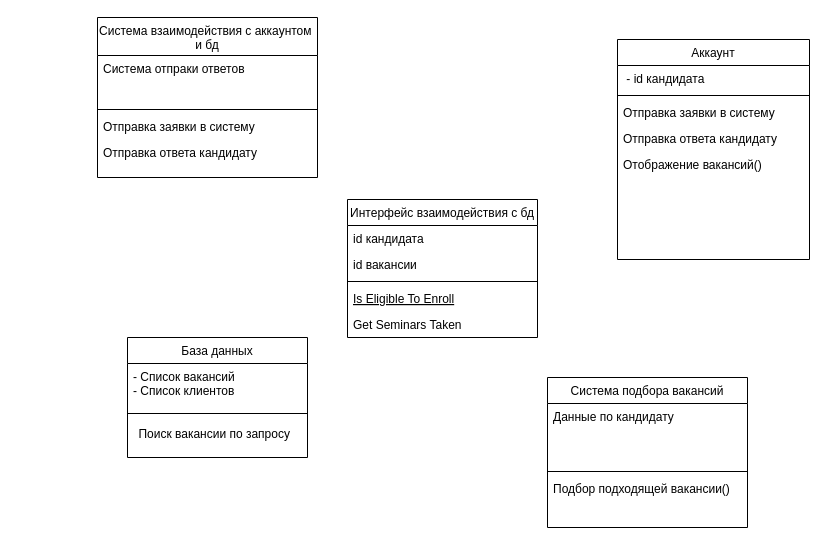
Earlier version of the draw.io diagram классов.drawio (Leewhocan/10_siaod). Source tidied: cells renumbered, new cells numbered last; positions are measured from the earlier drawing's top-left corner, leaving out a move shared by most shapes. Both pictures are drawn from the tidied source at 100%, with x=0, y=0 at pixel (97, 17).
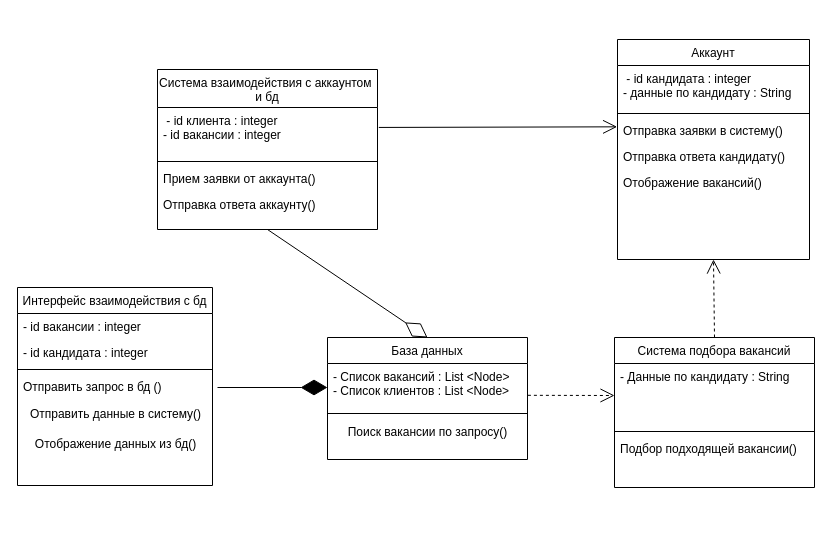
Above is the later version.

The change refers to these unchanged cells:
```xml
<mxCell id="12" value="Аккаунт" style="swimlane;fontStyle=0;align=center;verticalAlign=top;horizontal=1;startSize=26;rounded=0;shadow=0;strokeWidth=1;" parent="1" vertex="1">
  <mxGeometry x="520" y="22" width="192" height="220" as="geometry" />
</mxCell>
```

Diff of the diagram source:
```diff
@@
     <mxCell id="2" value="Интерфейс взаимодействия с бд" style="swimlane;fontStyle=0;align=center;verticalAlign=top;horizontal=1;startSize=26;rounded=0;shadow=0;strokeWidth=1;" parent="1" vertex="1">
-      <mxGeometry x="250" y="182" width="190" height="138" as="geometry" />
+      <mxGeometry x="-80" y="270" width="195" height="198" as="geometry" />
     </mxCell>
+    <mxCell id="4" value="- id вакансии : integer" style="text;align=left;verticalAlign=top;spacingLeft=4;spacingRight=4;overflow=hidden;rounded=0;shadow=0;html=0;" parent="2" vertex="1">
+      <mxGeometry y="26" width="195" height="26" as="geometry" />
+    </mxCell>
-    <mxCell id="3" value="id кандидата" style="text;align=left;verticalAlign=top;spacingLeft=4;spacingRight=4;overflow=hidden;" parent="2" vertex="1">
-      <mxGeometry y="26" width="190" height="26" as="geometry" />
+    <mxCell id="3" value="- id кандидата : integer" style="text;align=left;verticalAlign=top;spacingLeft=4;spacingRight=4;overflow=hidden;" parent="2" vertex="1">
+      <mxGeometry y="52" width="195" height="26" as="geometry" />
     </mxCell>
-    <mxCell id="4" value="id вакансии" style="text;align=left;verticalAlign=top;spacingLeft=4;spacingRight=4;overflow=hidden;rounded=0;shadow=0;html=0;" parent="2" vertex="1">
-      <mxGeometry y="52" width="190" height="26" as="geometry" />
-    </mxCell>
     <mxCell id="5" style="line;html=1;strokeWidth=1;align=left;verticalAlign=middle;spacingTop=-1;spacingLeft=3;spacingRight=3;labelPosition=right;" parent="2" vertex="1">
-      <mxGeometry y="78" width="190" height="8" as="geometry" />
+      <mxGeometry y="78" width="195" height="8" as="geometry" />
     </mxCell>
-    <mxCell id="6" value="Is Eligible To Enroll" style="text;align=left;verticalAlign=top;spacingLeft=4;spacingRight=4;overflow=hidden;fontStyle=4;" parent="2" vertex="1">
-      <mxGeometry y="86" width="190" height="26" as="geometry" />
-    </mxCell>
-    <mxCell id="7" value="Get Seminars Taken" style="text;align=left;verticalAlign=top;spacingLeft=4;spacingRight=4;overflow=hidden;" parent="2" vertex="1">
-      <mxGeometry y="112" width="190" height="26" as="geometry" />
+    <mxCell id="7" value="Отправить запрос в бд ()" style="text;align=left;verticalAlign=top;spacingLeft=4;spacingRight=4;overflow=hidden;" parent="2" vertex="1">
+      <mxGeometry y="86" width="195" height="26" as="geometry" />
     </mxCell>
+    <mxCell id="27" value="Отправить данные в систему()" style="text;html=1;align=center;verticalAlign=middle;strokeColor=none;fillColor=none;" parent="2" vertex="1">
+      <mxGeometry y="112" width="195" height="30" as="geometry" />
+    </mxCell>
+    <mxCell id="28" value="Отображение данных из бд()" style="text;html=1;align=center;verticalAlign=middle;strokeColor=none;fillColor=none;" parent="2" vertex="1">
+      <mxGeometry y="142" width="195" height="30" as="geometry" />
+    </mxCell>
     <mxCell id="8" value="База данных" style="swimlane;fontStyle=0;align=center;verticalAlign=top;horizontal=1;startSize=26;rounded=0;shadow=0;strokeWidth=1;" parent="1" vertex="1">
-      <mxGeometry x="30" y="320" width="180" height="120" as="geometry" />
+      <mxGeometry x="230" y="320" width="200" height="122" as="geometry" />
     </mxCell>
-    <mxCell id="9" value="- Список вакансий&#10;- Список клиентов" style="text;align=left;verticalAlign=top;spacingLeft=4;spacingRight=4;overflow=hidden;points=[[0,0.5],[1,0.5]];portConstraint=eastwest;" parent="8" vertex="1">
-      <mxGeometry y="26" width="180" height="44" as="geometry" />
+    <mxCell id="9" value="- Список вакансий : List &lt;Node&gt;&#10;- Список клиентов : List &lt;Node&gt;" style="text;align=left;verticalAlign=top;spacingLeft=4;spacingRight=4;overflow=hidden;points=[[0,0.5],[1,0.5]];portConstraint=eastwest;" parent="8" vertex="1">
+      <mxGeometry y="26" width="200" height="44" as="geometry" />
     </mxCell>
     <mxCell id="10" style="line;html=1;strokeWidth=1;align=left;verticalAlign=middle;spacingTop=-1;spacingLeft=3;spacingRight=3;labelPosition=right;" parent="8" vertex="1">
-      <mxGeometry y="70" width="180" height="12" as="geometry" />
+      <mxGeometry y="70" width="200" height="12" as="geometry" />
     </mxCell>
-    <mxCell id="11" value="Поиск вакансии по запросу&amp;nbsp;&amp;nbsp;" style="text;html=1;align=center;verticalAlign=middle;strokeColor=none;fillColor=none;" parent="8" vertex="1">
-      <mxGeometry y="82" width="180" height="30" as="geometry" />
+    <mxCell id="11" value="Поиск вакансии по запросу()&lt;br&gt;&amp;nbsp;&amp;nbsp;" style="text;html=1;align=center;verticalAlign=middle;strokeColor=none;fillColor=none;" parent="8" vertex="1">
+      <mxGeometry y="82" width="200" height="40" as="geometry" />
     </mxCell>
@@
-    <mxCell id="13" value=" - id кандидата" style="text;align=left;verticalAlign=top;spacingLeft=4;spacingRight=4;overflow=hidden;" parent="12" vertex="1">
-      <mxGeometry y="26" width="192" height="26" as="geometry" />
+    <mxCell id="13" value=" - id кандидата : integer&#10;- данные по кандидату : String" style="text;align=left;verticalAlign=top;spacingLeft=4;spacingRight=4;overflow=hidden;" parent="12" vertex="1">
+      <mxGeometry y="26" width="192" height="44" as="geometry" />
     </mxCell>
     <mxCell id="14" style="line;html=1;strokeWidth=1;align=left;verticalAlign=middle;spacingTop=-1;spacingLeft=3;spacingRight=3;labelPosition=right;" parent="12" vertex="1">
-      <mxGeometry y="52" width="192" height="8" as="geometry" />
+      <mxGeometry y="70" width="192" height="8" as="geometry" />
     </mxCell>
-    <mxCell id="15" value="Отправка заявки в систему" style="text;align=left;verticalAlign=top;spacingLeft=4;spacingRight=4;overflow=hidden;points=[[0,0.5],[1,0.5]];portConstraint=eastwest;" parent="12" vertex="1">
-      <mxGeometry y="60" width="192" height="26" as="geometry" />
+    <mxCell id="15" value="Отправка заявки в систему()" style="text;align=left;verticalAlign=top;spacingLeft=4;spacingRight=4;overflow=hidden;points=[[0,0.5],[1,0.5]];portConstraint=eastwest;" parent="12" vertex="1">
+      <mxGeometry y="78" width="192" height="26" as="geometry" />
     </mxCell>
-    <mxCell id="16" value="Отправка ответа кандидату" style="text;align=left;verticalAlign=top;spacingLeft=4;spacingRight=4;overflow=hidden;" parent="12" vertex="1">
-      <mxGeometry y="86" width="192" height="26" as="geometry" />
+    <mxCell id="16" value="Отправка ответа кандидату()" style="text;align=left;verticalAlign=top;spacingLeft=4;spacingRight=4;overflow=hidden;" parent="12" vertex="1">
+      <mxGeometry y="104" width="192" height="26" as="geometry" />
     </mxCell>
     <mxCell id="17" value="Отображение вакансий()" style="text;align=left;verticalAlign=top;spacingLeft=4;spacingRight=4;overflow=hidden;" parent="12" vertex="1">
-      <mxGeometry y="112" width="192" height="26" as="geometry" />
+      <mxGeometry y="130" width="192" height="26" as="geometry" />
     </mxCell>
     <mxCell id="18" value="Система подбора вакансий" style="swimlane;fontStyle=0;align=center;verticalAlign=top;horizontal=1;startSize=26;rounded=0;shadow=0;strokeWidth=1;" parent="1" vertex="1">
-      <mxGeometry x="450" y="360" width="200" height="150" as="geometry" />
+      <mxGeometry x="517" y="320" width="200" height="150" as="geometry" />
     </mxCell>
-    <mxCell id="19" value="Данные по кандидату" style="text;align=left;verticalAlign=top;spacingLeft=4;spacingRight=4;overflow=hidden;points=[[0,0.5],[1,0.5]];portConstraint=eastwest;" parent="18" vertex="1">
+    <mxCell id="19" value="- Данные по кандидату : String" style="text;align=left;verticalAlign=top;spacingLeft=4;spacingRight=4;overflow=hidden;points=[[0,0.5],[1,0.5]];portConstraint=eastwest;" parent="18" vertex="1">
       <mxGeometry y="26" width="200" height="64" as="geometry" />
     </mxCell>
@@
     <mxCell id="22" value="Система взаимодействия с аккаунтом &#10;и бд" style="swimlane;fontStyle=0;align=center;verticalAlign=top;horizontal=1;startSize=38;rounded=0;shadow=0;strokeWidth=1;" parent="1" vertex="1">
-      <mxGeometry width="220" height="160" as="geometry" />
+      <mxGeometry x="60" y="52" width="220" height="160" as="geometry" />
     </mxCell>
-    <mxCell id="23" value="Система отпраки ответов" style="text;align=left;verticalAlign=top;spacingLeft=4;spacingRight=4;overflow=hidden;points=[[0,0.5],[1,0.5]];portConstraint=eastwest;" parent="22" vertex="1">
+    <mxCell id="23" value=" - id клиента : integer&#10;- id вакансии : integer&#10;" style="text;align=left;verticalAlign=top;spacingLeft=4;spacingRight=4;overflow=hidden;points=[[0,0.5],[1,0.5]];portConstraint=eastwest;" parent="22" vertex="1">
       <mxGeometry y="38" width="220" height="50" as="geometry" />
     </mxCell>
@@
-    <mxCell id="25" value="Отправка заявки в систему" style="text;align=left;verticalAlign=top;spacingLeft=4;spacingRight=4;overflow=hidden;" parent="22" vertex="1">
+    <mxCell id="25" value="Прием заявки от аккаунта()" style="text;align=left;verticalAlign=top;spacingLeft=4;spacingRight=4;overflow=hidden;" parent="22" vertex="1">
       <mxGeometry y="96" width="220" height="26" as="geometry" />
     </mxCell>
-    <mxCell id="26" value="Отправка ответа кандидату" style="text;align=left;verticalAlign=top;spacingLeft=4;spacingRight=4;overflow=hidden;" parent="22" vertex="1">
+    <mxCell id="26" value="Отправка ответа аккаунту()" style="text;align=left;verticalAlign=top;spacingLeft=4;spacingRight=4;overflow=hidden;" parent="22" vertex="1">
       <mxGeometry y="122" width="220" height="26" as="geometry" />
     </mxCell>
+    <mxCell id="29" style="endArrow=open;endSize=12;dashed=1;html=1;rounded=0;entryX=0.5;entryY=1;entryDx=0;entryDy=0;exitX=0.5;exitY=0;exitDx=0;exitDy=0;" parent="1" edge="1" source="18" target="12">
+      <mxGeometry relative="1" as="geometry" />
+    </mxCell>
+    <mxCell id="30" style="endArrow=open;endFill=1;endSize=12;html=1;rounded=0;exitX=1.006;exitY=0.399;exitDx=0;exitDy=0;entryX=-0.002;entryY=0.359;entryDx=0;entryDy=0;entryPerimeter=0;exitPerimeter=0;" parent="1" edge="1" source="23" target="15">
+      <mxGeometry relative="1" as="geometry" />
+    </mxCell>
+    <mxCell id="31" style="endArrow=open;endSize=12;dashed=1;html=1;rounded=0;entryX=0;entryY=0.5;entryDx=0;entryDy=0;exitX=1.002;exitY=0.723;exitDx=0;exitDy=0;exitPerimeter=0;" parent="1" edge="1" source="9" target="19">
+      <mxGeometry relative="1" as="geometry" />
+    </mxCell>
+    <mxCell id="32" style="endArrow=diamondThin;endFill=1;endSize=24;html=1;rounded=0;" parent="1" edge="1">
+      <mxGeometry relative="1" as="geometry">
+        <mxPoint x="120" y="370" as="sourcePoint" />
+        <mxPoint x="230" y="370" as="targetPoint" />
+      </mxGeometry>
+    </mxCell>
+    <mxCell id="33" style="endArrow=diamondThin;endFill=0;endSize=24;html=1;rounded=0;entryX=0.5;entryY=0;entryDx=0;entryDy=0;exitX=0.5;exitY=1;exitDx=0;exitDy=0;" parent="1" edge="1" source="22" target="8">
+      <mxGeometry relative="1" as="geometry" />
+    </mxCell>
```
